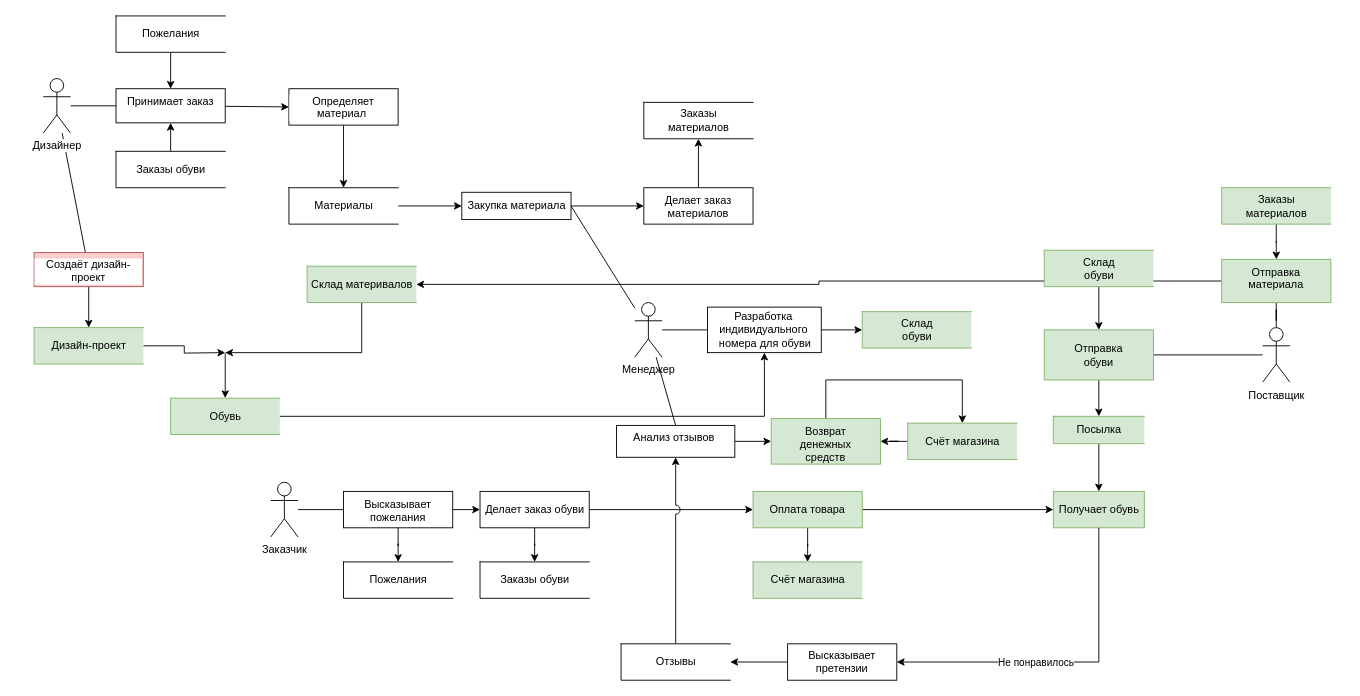
MorozovStanislav/Repozitory keeps this draw.io diagram as DFD.drawio. Above is the earlier version. Source tidied: cells renumbered, new cells numbered last; positions are measured from the earlier drawing's top-left corner, leaving out a move shared by most shapes. Both pictures are drawn from the tidied source at 91%, with x=0, y=0 at pixel (34, 15).
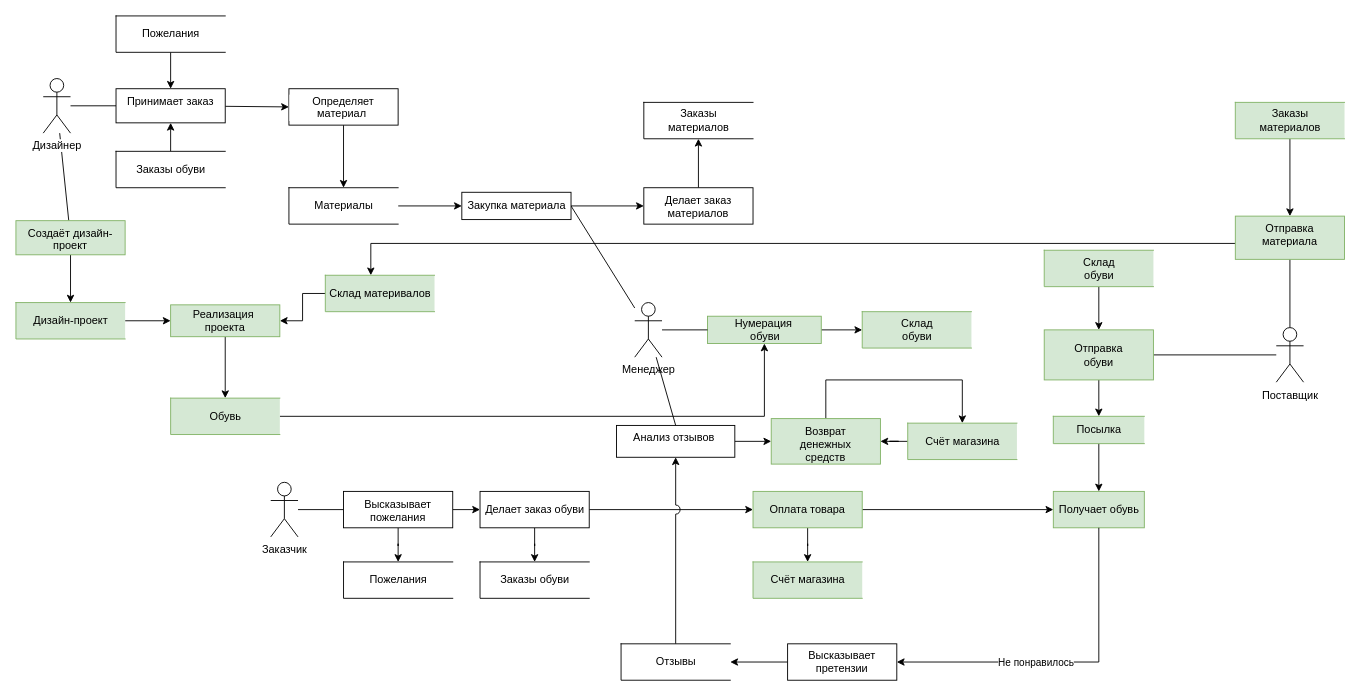
The same diagram, later.

The change refers to these unchanged cells:
```xml
<mxCell id="76" value="Обувь" style="html=1;dashed=0;whitespace=wrap;shape=partialRectangle;right=0;fillColor=#d5e8d4;strokeColor=#82b366;labelBackgroundColor=none;fontColor=default;" parent="1" vertex="1">
  <mxGeometry x="150" y="420" width="120" height="40" as="geometry" />
</mxCell>
```

What changed in the source:
```diff
@@
     <mxCell id="7" value="Поставщик" style="shape=umlActor;verticalLabelPosition=bottom;verticalAlign=top;html=1;outlineConnect=0;fillColor=default;strokeColor=default;fontColor=default;" parent="1" vertex="1">
-      <mxGeometry x="1350" y="342.5" width="30" height="60" as="geometry" />
+      <mxGeometry x="1365" y="342.5" width="30" height="60" as="geometry" />
     </mxCell>
@@
-    <mxCell id="43" value="Создаёт дизайн-проект" style="whiteSpace=wrap;html=1;verticalAlign=top;strokeColor=#b85450;labelBackgroundColor=default;fillColor=#f8cecc;" parent="1" vertex="1">
-      <mxGeometry y="260" width="120" height="37.5" as="geometry" />
+    <mxCell id="43" value="Создаёт дизайн-проект" style="whiteSpace=wrap;html=1;verticalAlign=top;strokeColor=#82b366;labelBackgroundColor=none;fillColor=#d5e8d4;" parent="1" vertex="1">
+      <mxGeometry x="-20" y="225" width="120" height="37.5" as="geometry" />
     </mxCell>
@@
     <mxCell id="49" style="edgeStyle=orthogonalEdgeStyle;rounded=0;jettySize=auto;html=1;" parent="1" edge="1" source="50" target="72">
-      <mxGeometry relative="1" as="geometry" />
+      <mxGeometry relative="1" as="geometry">
+        <Array as="points">
+          <mxPoint x="370" y="250" />
+        </Array>
+      </mxGeometry>
     </mxCell>
     <mxCell id="50" value="Отправка&lt;br&gt;материала" style="whiteSpace=wrap;html=1;verticalAlign=top;fillColor=#d5e8d4;strokeColor=#82b366;fontColor=default;" parent="1" vertex="1">
-      <mxGeometry x="1305" y="267.5" width="120" height="47.5" as="geometry" />
+      <mxGeometry x="1320" y="220" width="120" height="47.5" as="geometry" />
     </mxCell>
@@
     <mxCell id="52" value="Заказы &lt;br&gt;материалов" style="html=1;dashed=0;whitespace=wrap;shape=partialRectangle;right=0;fillColor=#d5e8d4;strokeColor=#82b366;fontColor=default;" parent="1" vertex="1">
-      <mxGeometry x="1305" y="188.8" width="120" height="40" as="geometry" />
+      <mxGeometry x="1320" y="95" width="120" height="40" as="geometry" />
     </mxCell>
@@
-    <mxCell id="58" value="Разработка&amp;nbsp;&lt;br&gt;индивидуального&amp;nbsp;&lt;br&gt;номера для обуви&lt;br&gt;" style="html=1;dashed=0;whitespace=wrap;fontColor=default;fillColor=default;strokeColor=default;labelBackgroundColor=default;" parent="1" vertex="1">
-      <mxGeometry x="740" y="320" width="125" height="50" as="geometry" />
+    <mxCell id="58" value="Нумерация&amp;nbsp;&lt;br&gt;обуви" style="html=1;dashed=0;whitespace=wrap;fillColor=#d5e8d4;strokeColor=#82b366;labelBackgroundColor=none;" parent="1" vertex="1">
+      <mxGeometry x="740" y="330" width="125" height="30" as="geometry" />
     </mxCell>
@@
-    <mxCell id="71" style="edgeStyle=orthogonalEdgeStyle;rounded=0;jettySize=auto;html=1;" parent="1" edge="1" source="72">
-      <mxGeometry relative="1" as="geometry">
-        <mxPoint x="210" y="370" as="targetPoint" />
-        <Array as="points">
-          <mxPoint x="360" y="370" />
-        </Array>
-      </mxGeometry>
-    </mxCell>
+    <mxCell id="78" style="edgeStyle=orthogonalEdgeStyle;rounded=0;jettySize=auto;html=1;" parent="1" edge="1" source="72" target="80">
+      <mxGeometry relative="1" as="geometry" />
+    </mxCell>
     <mxCell id="72" value="Склад материвалов" style="html=1;dashed=0;whitespace=wrap;shape=partialRectangle;right=0;fillColor=#d5e8d4;strokeColor=#82b366;labelBackgroundColor=none;fontColor=default;" parent="1" vertex="1">
-      <mxGeometry x="300" y="275" width="120" height="40" as="geometry" />
+      <mxGeometry x="320" y="285" width="120" height="40" as="geometry" />
     </mxCell>
-    <mxCell id="73" style="edgeStyle=orthogonalEdgeStyle;rounded=0;jettySize=auto;html=1;" parent="1" edge="1" source="74">
-      <mxGeometry relative="1" as="geometry">
-        <mxPoint x="210" y="370" as="targetPoint" />
-      </mxGeometry>
-    </mxCell>
+    <mxCell id="79" style="edgeStyle=orthogonalEdgeStyle;rounded=0;jettySize=auto;html=1;" parent="1" edge="1" source="74" target="80">
+      <mxGeometry relative="1" as="geometry" />
+    </mxCell>
     <mxCell id="74" value="Дизайн-проект" style="html=1;dashed=0;whitespace=wrap;shape=partialRectangle;right=0;fillColor=#d5e8d4;strokeColor=#82b366;labelBackgroundColor=none;fontColor=default;" parent="1" vertex="1">
-      <mxGeometry y="342.5" width="120" height="40" as="geometry" />
+      <mxGeometry x="-20" y="315" width="120" height="40" as="geometry" />
     </mxCell>
@@
-    <mxCell id="77" style="endArrow=classic;html=1;rounded=0;" parent="1" edge="1" target="76">
-      <mxGeometry relative="1" as="geometry">
-        <mxPoint x="210" y="370" as="sourcePoint" />
-      </mxGeometry>
+    <mxCell id="77" style="endArrow=classic;html=1;rounded=0;" parent="1" edge="1" source="80" target="76">
+      <mxGeometry relative="1" as="geometry" />
     </mxCell>
+    <mxCell id="80" value="Реализация&amp;nbsp;&lt;br&gt;проекта" style="whiteSpace=wrap;html=1;dashed=0;strokeColor=#82b366;fillColor=#d5e8d4;" parent="1" vertex="1">
+      <mxGeometry x="150" y="317.5" width="120" height="35" as="geometry" />
+    </mxCell>
```
